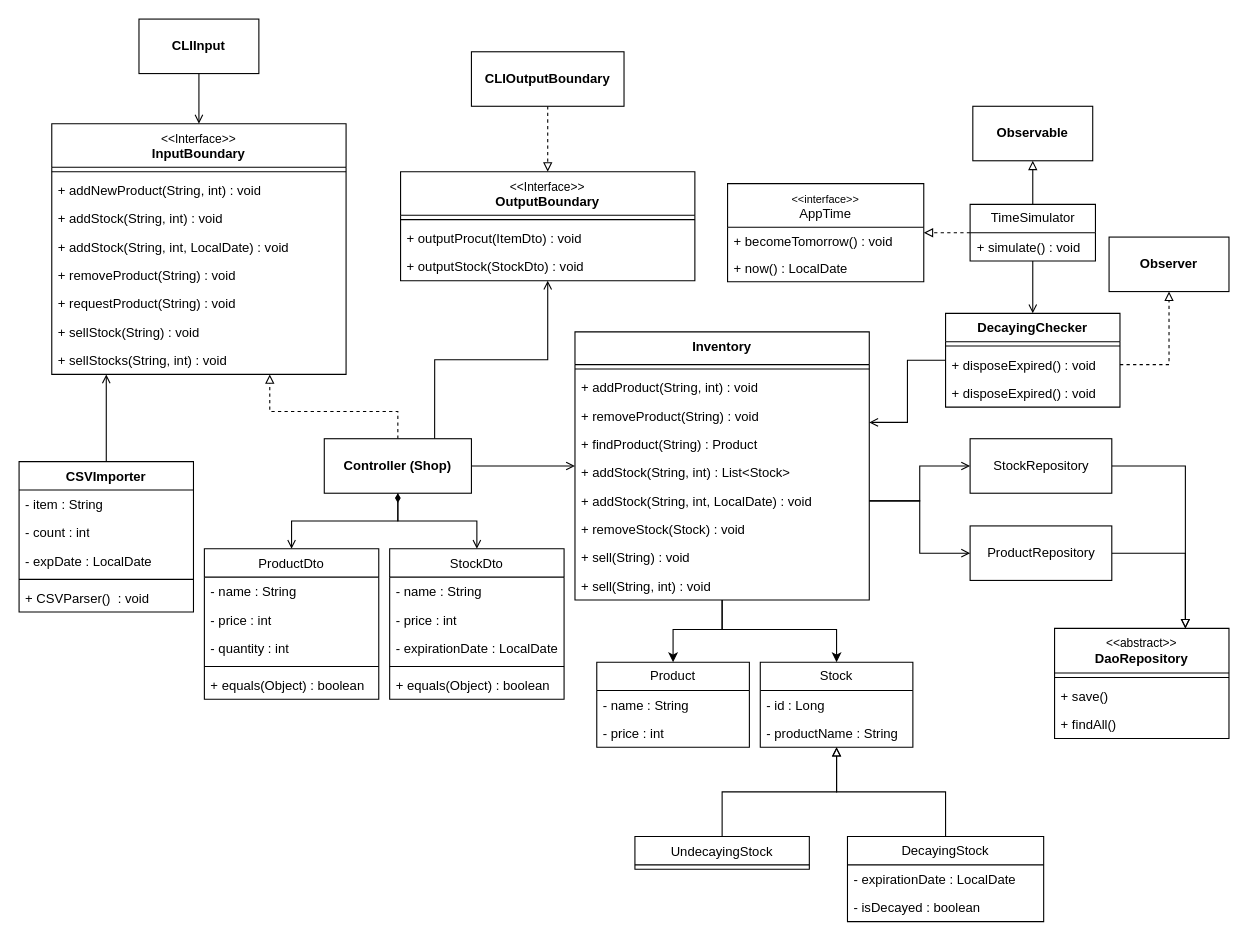
Earlier version of the draw.io diagram docs/diagrams/ClassDiagram.drawio (MintBee/HolubSQL). Source tidied: cells renumbered, new cells numbered last; positions are measured from the earlier drawing's top-left corner, leaving out a move shared by most shapes. Both pictures are drawn from the tidied source at 109%, with x=0, y=0 at pixel (19, 19).
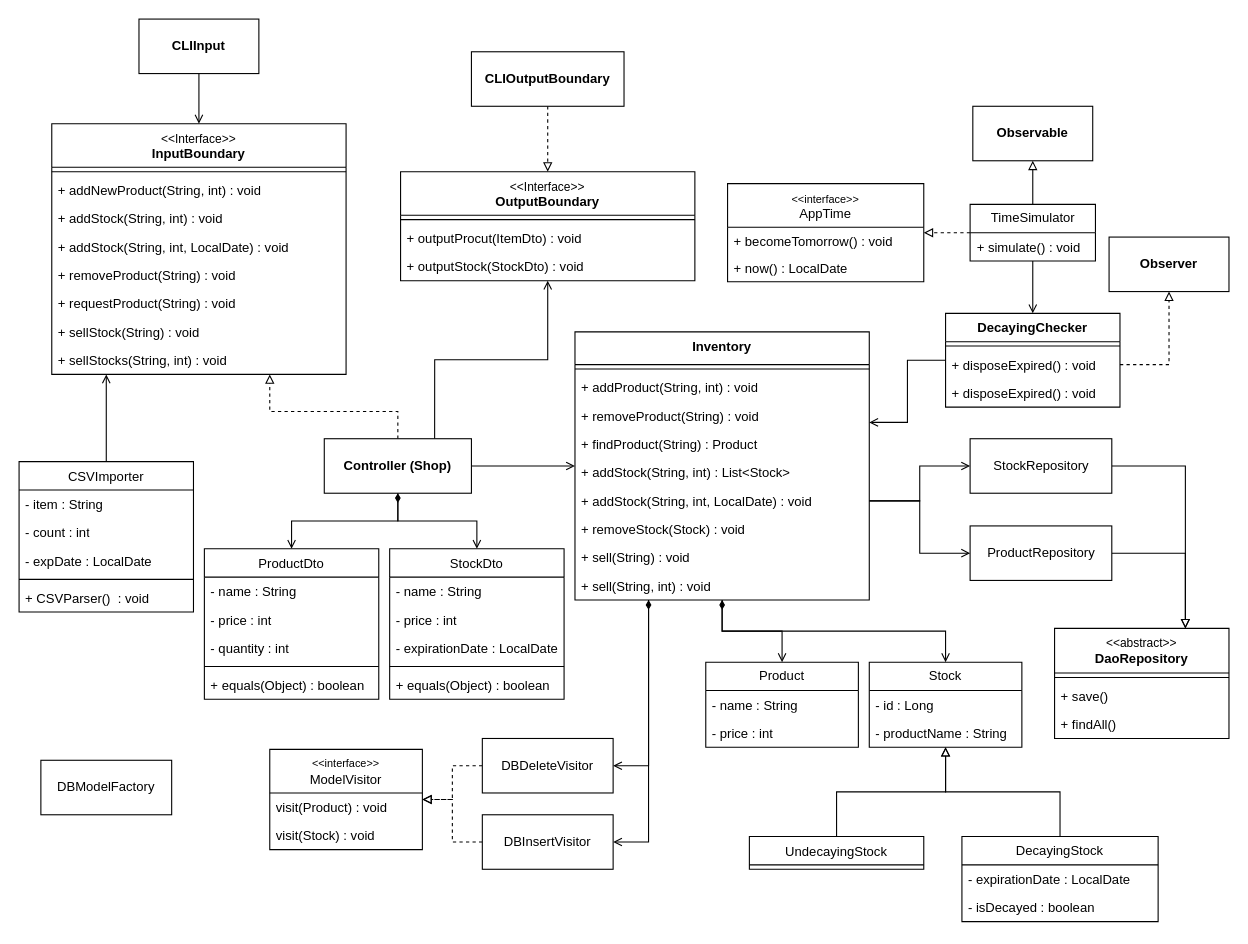
Above is the later version.

Commit message:
ClassDiagram.drawio이 업데이트되었습니다.

The change refers to these unchanged cells:
```xml
<mxCell id="20" value="Inventory" style="swimlane;fontStyle=1;align=center;verticalAlign=top;horizontal=1;startSize=30;whiteSpace=wrap;html=1;" parent="1" vertex="1">
  <mxGeometry x="510" y="287" width="270" height="246" as="geometry" />
</mxCell>
```

Change to the diagram source:
```diff
@@
-    <mxCell id="3" value="CSVImporter" style="swimlane;fontStyle=1;align=center;verticalAlign=top;horizontal=1;startSize=26;whiteSpace=wrap;html=1;" parent="1" vertex="1">
+    <mxCell id="3" value="&lt;span style=&quot;font-weight: normal;&quot;&gt;CSVImporter&lt;/span&gt;" style="swimlane;fontStyle=1;align=center;verticalAlign=top;horizontal=1;startSize=26;whiteSpace=wrap;html=1;" parent="1" vertex="1">
       <mxGeometry y="406" width="160" height="138" as="geometry" />
     </mxCell>
@@
+    <mxCell id="19" style="edgeStyle=orthogonalEdgeStyle;rounded=0;jettySize=auto;html=1;exitX=0.5;exitY=1;exitDx=0;exitDy=0;entryX=0.5;entryY=0;entryDx=0;entryDy=0;endArrow=open;endFill=0;" parent="1" edge="1" source="20" target="65">
+      <mxGeometry relative="1" as="geometry" />
+    </mxCell>
-    <mxCell id="18" style="edgeStyle=orthogonalEdgeStyle;rounded=0;jettySize=auto;html=1;exitX=0.5;exitY=1;exitDx=0;exitDy=0;entryX=0.5;entryY=0;entryDx=0;entryDy=0;" parent="1" edge="1" source="20" target="68">
-      <mxGeometry relative="1" as="geometry">
-        <Array as="points">
-          <mxPoint x="645" y="560" />
-          <mxPoint x="750" y="560" />
-        </Array>
-      </mxGeometry>
+    <mxCell id="18" style="edgeStyle=orthogonalEdgeStyle;rounded=0;jettySize=auto;html=1;exitX=0.5;exitY=1;exitDx=0;exitDy=0;entryX=0.5;entryY=0;entryDx=0;entryDy=0;startArrow=diamondThin;startFill=1;endArrow=open;endFill=0;" parent="1" edge="1" source="20" target="68">
+      <mxGeometry relative="1" as="geometry" />
     </mxCell>
-    <mxCell id="19" style="edgeStyle=orthogonalEdgeStyle;rounded=0;jettySize=auto;html=1;exitX=0.5;exitY=1;exitDx=0;exitDy=0;entryX=0.5;entryY=0;entryDx=0;entryDy=0;" parent="1" edge="1" source="20" target="65">
-      <mxGeometry relative="1" as="geometry">
-        <Array as="points">
-          <mxPoint x="645" y="560" />
-          <mxPoint x="600" y="560" />
-        </Array>
-      </mxGeometry>
-    </mxCell>
+    <mxCell id="95" style="edgeStyle=orthogonalEdgeStyle;rounded=0;jettySize=auto;html=1;exitX=0.25;exitY=1;exitDx=0;exitDy=0;entryX=0;entryY=0.5;entryDx=0;entryDy=0;endArrow=open;endFill=0;" parent="1" edge="1" source="20" target="98">
+      <mxGeometry relative="1" as="geometry" />
+    </mxCell>
+    <mxCell id="96" style="edgeStyle=orthogonalEdgeStyle;rounded=0;jettySize=auto;html=1;exitX=0.25;exitY=1;exitDx=0;exitDy=0;entryX=0;entryY=0.5;entryDx=0;entryDy=0;startArrow=diamondThin;startFill=1;endArrow=open;endFill=0;" parent="1" edge="1" source="20" target="100">
+      <mxGeometry relative="1" as="geometry" />
+    </mxCell>
@@
     <mxCell id="44" value="DecayingStock" style="swimlane;fontStyle=0;horizontal=1;startSize=26;fillColor=none;whiteSpace=wrap;html=1;" parent="1" vertex="1">
-      <mxGeometry x="760" y="750" width="180" height="78" as="geometry" />
+      <mxGeometry x="865" y="750" width="180" height="78" as="geometry" />
     </mxCell>
@@
     <mxCell id="65" value="Product" style="swimlane;fontStyle=0;horizontal=1;startSize=26;fillColor=none;whiteSpace=wrap;html=1;" parent="1" vertex="1">
-      <mxGeometry x="530" y="590" width="140" height="78" as="geometry" />
+      <mxGeometry x="630" y="590" width="140" height="78" as="geometry" />
     </mxCell>
@@
     <mxCell id="68" value="Stock" style="swimlane;fontStyle=0;horizontal=1;startSize=26;fillColor=none;whiteSpace=wrap;html=1;" parent="1" vertex="1">
-      <mxGeometry x="680" y="590" width="140" height="78" as="geometry" />
+      <mxGeometry x="780" y="590" width="140" height="78" as="geometry" />
     </mxCell>
@@
     <mxCell id="72" value="&lt;span style=&quot;font-weight: normal;&quot;&gt;UndecayingStock&lt;/span&gt;" style="swimlane;fontStyle=1;align=center;verticalAlign=top;horizontal=1;startSize=26;whiteSpace=wrap;html=1;" parent="1" vertex="1">
-      <mxGeometry x="565" y="750" width="160" height="30" as="geometry" />
+      <mxGeometry x="670" y="750" width="160" height="30" as="geometry" />
     </mxCell>
@@
+    <mxCell id="97" style="edgeStyle=orthogonalEdgeStyle;rounded=0;jettySize=auto;html=1;exitX=1;exitY=0.5;exitDx=0;exitDy=0;dashed=1;endArrow=block;endFill=0;" parent="1" edge="1" source="98" target="102">
+      <mxGeometry relative="1" as="geometry" />
+    </mxCell>
+    <mxCell id="98" value="DBDeleteVisitor" style="html=1;whiteSpace=wrap;direction=west;" parent="1" vertex="1">
+      <mxGeometry x="425" y="660" width="120" height="50" as="geometry" />
+    </mxCell>
+    <mxCell id="99" style="edgeStyle=orthogonalEdgeStyle;rounded=0;jettySize=auto;html=1;exitX=1;exitY=0.5;exitDx=0;exitDy=0;entryX=1;entryY=0.5;entryDx=0;entryDy=0;endArrow=block;endFill=0;dashed=1;" parent="1" edge="1" source="100" target="102">
+      <mxGeometry relative="1" as="geometry" />
+    </mxCell>
+    <mxCell id="100" value="DBInsertVisitor" style="html=1;whiteSpace=wrap;direction=west;" parent="1" vertex="1">
+      <mxGeometry x="425" y="730" width="120" height="50" as="geometry" />
+    </mxCell>
+    <mxCell id="101" value="DBModelFactory" style="html=1;whiteSpace=wrap;" parent="1" vertex="1">
+      <mxGeometry x="20" y="680" width="120" height="50" as="geometry" />
+    </mxCell>
+    <mxCell id="102" value="&lt;font style=&quot;font-size: 10px;&quot;&gt;&amp;lt;&amp;lt;interface&amp;gt;&amp;gt;&lt;/font&gt;&lt;br&gt;ModelVisitor" style="swimlane;fontStyle=0;horizontal=1;startSize=40;fillColor=none;whiteSpace=wrap;html=1;" parent="1" vertex="1">
+      <mxGeometry x="230" y="670" width="140" height="92" as="geometry" />
+    </mxCell>
+    <mxCell id="103" value="visit(Product) : void" style="text;strokeColor=none;fillColor=none;align=left;verticalAlign=top;spacingLeft=4;spacingRight=4;overflow=hidden;whiteSpace=wrap;html=1;" parent="102" vertex="1">
+      <mxGeometry y="40" width="140" height="26" as="geometry" />
+    </mxCell>
+    <mxCell id="104" value="visit(Stock) : void" style="text;strokeColor=none;fillColor=none;align=left;verticalAlign=top;spacingLeft=4;spacingRight=4;overflow=hidden;whiteSpace=wrap;html=1;" parent="102" vertex="1">
+      <mxGeometry y="66" width="140" height="26" as="geometry" />
+    </mxCell>
```
